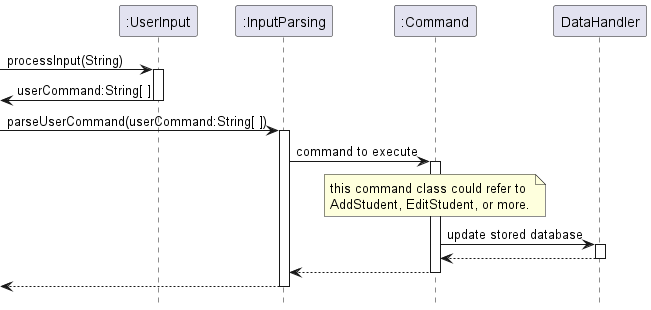
Earlier version of the PlantUML export docs/diagrams/src/InputParsing/InputParsingSequenceDiagram.png (blackmirag3/Classify).
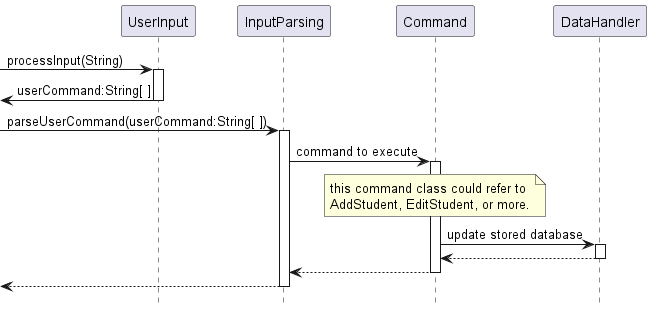
The same diagram one commit later.

Commit message:
Add ppp, Edit DG diagrams

Diff of the diagram source:
```diff
@@ -3,9 +3,9 @@
 hide footbox
 
 
-participant ":UserInput" as UI
-participant ":InputParsing" as IP
-participant ":Command" as commands
+participant "UserInput" as UI
+participant "InputParsing" as IP
+participant "Command" as commands
 participant "DataHandler" as fioc
 
 -> UI : processInput(String)
```
